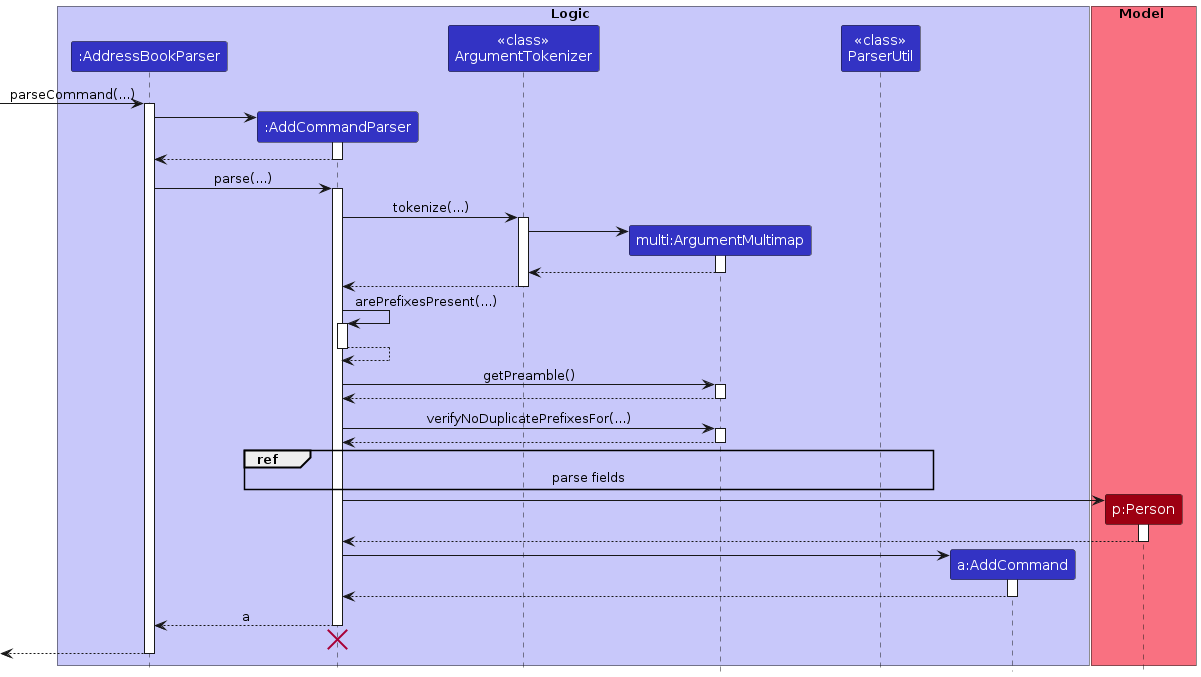
Before: diagrams/AddSequenceDiagram.png, a diagram exported from PlantUML (AY2324S2-CS2103T-T10-1/tp). Its source is kept beside it as diagrams/AddSequenceDiagram.puml.
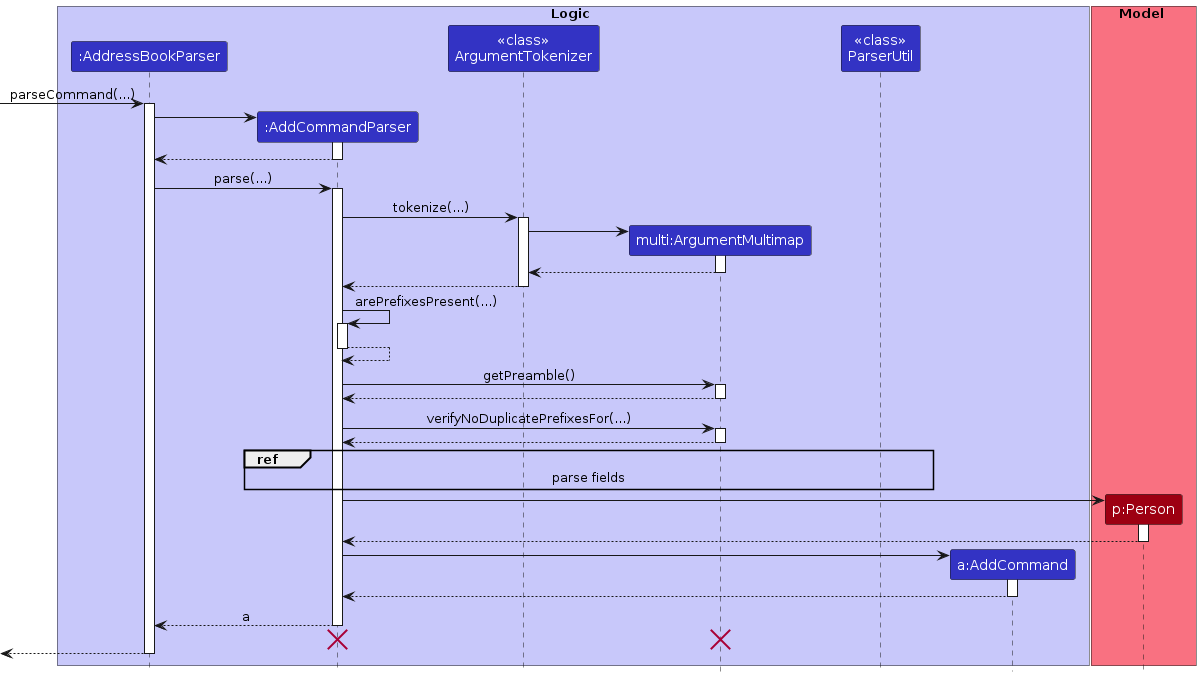
The same file after the commit.

What changed in the source:
```diff
@@ -81,6 +81,7 @@
 deactivate AddCommandParser
 AddCommandParser -[hidden]-> AddressBookParser
 destroy AddCommandParser
+destroy ArgumentMultimap
 
 [<-- AddressBookParser :
 deactivate AddressBookParser
```
